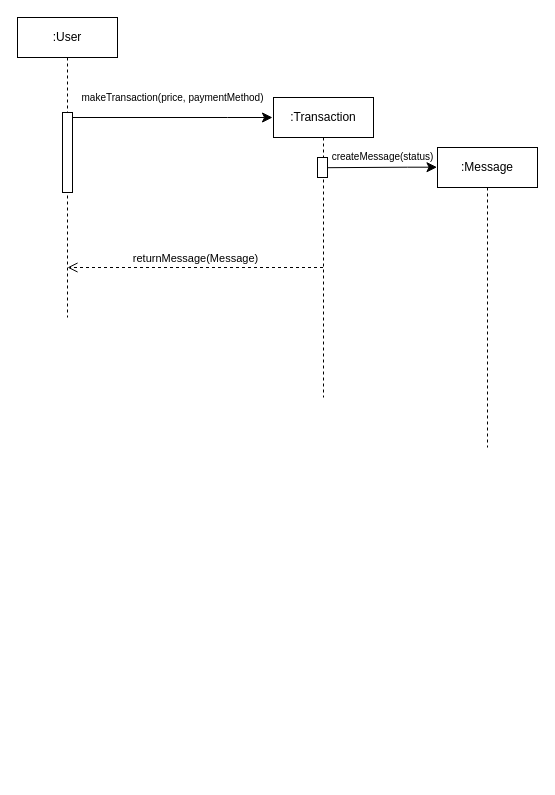
Above: page "Page-2" (2 of 2) of Workshop4.drawio in antonykimuom/SWEN30006-2025-SM1-workshop1-tuew05-14-00-team-12 (draw.io), before the change. Source tidied: cells renumbered, new cells numbered last; positions are measured from the earlier drawing's top-left corner, leaving out a move shared by most shapes. Both pictures are drawn from the tidied source at 100%, with x=0, y=0 at pixel (17, 17).
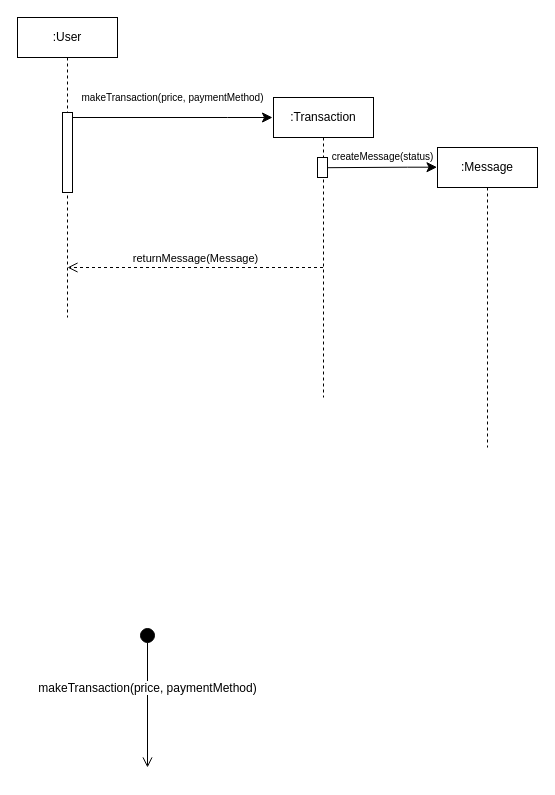
After the change.

The edit, as a diff of the source:
```diff
@@
 <mxGraphModel>
   <root>
     <mxCell id="0" />
     <mxCell id="1" parent="0" />
     <mxCell id="2" style="edgeStyle=none;curved=0;rounded=0;jettySize=auto;html=1;fontSize=12;startSize=8;endSize=8;" parent="1" edge="1" source="3">
       <mxGeometry relative="1" as="geometry">
         <mxPoint x="255" y="100" as="targetPoint" />
         <Array as="points">
           <mxPoint x="210" y="100" />
         </Array>
       </mxGeometry>
     </mxCell>
     <mxCell id="3" value=":User" style="shape=umlLifeline;perimeter=lifelinePerimeter;whiteSpace=wrap;html=1;outlineConnect=0;portConstraint=eastwest;newEdgeStyle={&quot;curved&quot;:0,&quot;rounded&quot;:0};" parent="1" vertex="1">
       <mxGeometry width="100" height="300" as="geometry" />
     </mxCell>
     <mxCell id="4" style="html=1;perimeter=orthogonalPerimeter;targetShapes=umlLifeline;newEdgeStyle={&quot;curved&quot;:0,&quot;rounded&quot;:0};" parent="3" vertex="1">
       <mxGeometry x="45" y="95" width="10" height="80" as="geometry" />
     </mxCell>
     <mxCell id="5" value=":Message" style="shape=umlLifeline;perimeter=lifelinePerimeter;whiteSpace=wrap;html=1;newEdgeStyle={&quot;curved&quot;:0,&quot;rounded&quot;:0};" parent="1" vertex="1">
       <mxGeometry x="420" y="130" width="100" height="300" as="geometry" />
     </mxCell>
     <mxCell id="6" value=":Transaction" style="shape=umlLifeline;perimeter=lifelinePerimeter;whiteSpace=wrap;html=1;outlineConnect=0;portConstraint=eastwest;newEdgeStyle={&quot;curved&quot;:0,&quot;rounded&quot;:0};" parent="1" vertex="1">
       <mxGeometry x="256" y="80" width="100" height="300" as="geometry" />
     </mxCell>
     <mxCell id="7" style="html=1;perimeter=orthogonalPerimeter;targetShapes=umlLifeline;newEdgeStyle={&quot;curved&quot;:0,&quot;rounded&quot;:0};" parent="6" vertex="1">
       <mxGeometry x="44" y="60" width="10" height="20" as="geometry" />
     </mxCell>
     <mxCell id="8" value="makeTransaction(price, paymentMethod)" style="text;html=1;align=center;verticalAlign=middle;strokeColor=none;fillColor=none;fontSize=10;" parent="1" vertex="1">
       <mxGeometry x="50" y="65" width="210" height="30" as="geometry" />
     </mxCell>
     <mxCell id="9" style="edgeStyle=none;curved=0;rounded=0;orthogonalLoop=1;jettySize=auto;html=1;fontSize=12;startSize=8;endSize=8;" parent="1" edge="1">
       <mxGeometry relative="1" as="geometry">
         <mxPoint x="310" y="150.2" as="sourcePoint" />
         <mxPoint x="419.5" y="149.7" as="targetPoint" />
         <Array as="points">
           <mxPoint x="390" y="149.7" />
         </Array>
       </mxGeometry>
     </mxCell>
     <mxCell id="10" value="returnMessage(Message)" style="html=1;verticalAlign=bottom;endArrow=open;dashed=1;endSize=8;curved=0;rounded=0;" parent="1" edge="1" source="6">
       <mxGeometry relative="1" as="geometry">
         <mxPoint x="50" y="250" as="targetPoint" />
       </mxGeometry>
     </mxCell>
     <mxCell id="11" value="createMessage(status)" style="text;html=1;align=center;verticalAlign=middle;strokeColor=none;fillColor=none;fontSize=10;" parent="1" vertex="1">
       <mxGeometry x="300" y="124" width="130" height="30" as="geometry" />
     </mxCell>
+    <mxCell id="12" value="makeTransaction(price, paymentMethod)" style="html=1;verticalAlign=bottom;startArrow=circle;startFill=1;endArrow=open;startSize=6;endSize=8;curved=0;rounded=0;fontSize=12;" parent="1" edge="1">
+      <mxGeometry relative="1" as="geometry">
+        <mxPoint x="130" y="610" as="sourcePoint" />
+        <mxPoint x="130" y="750" as="targetPoint" />
+      </mxGeometry>
+    </mxCell>
   </root>
 </mxGraphModel>
```
